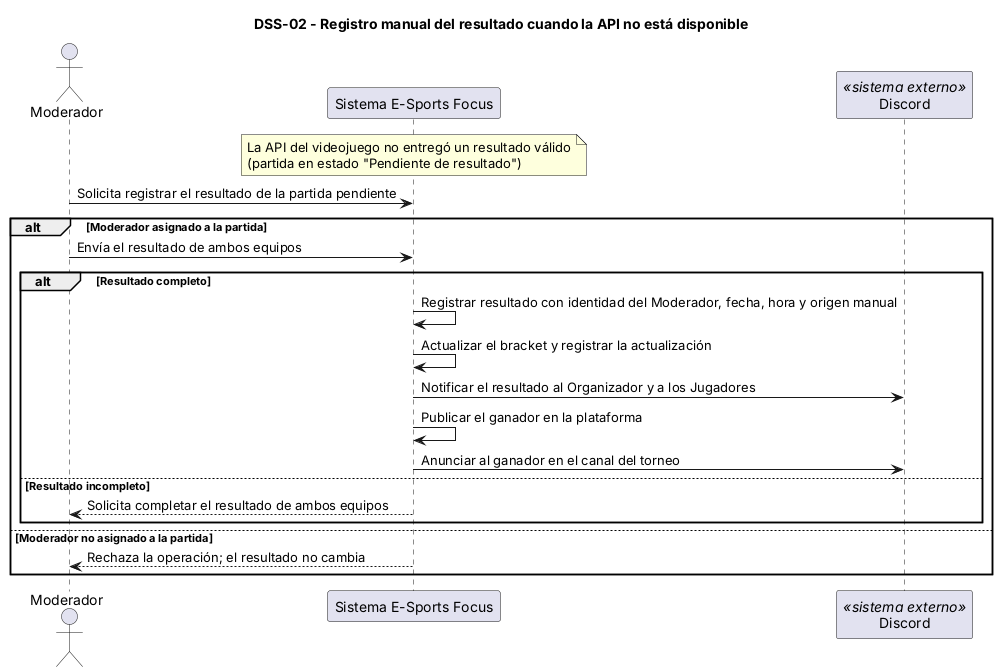
The PlantUML diagram diagramas/dss-02.png in E-SportsFocus/Organizacion_de_torneos, before a commit.
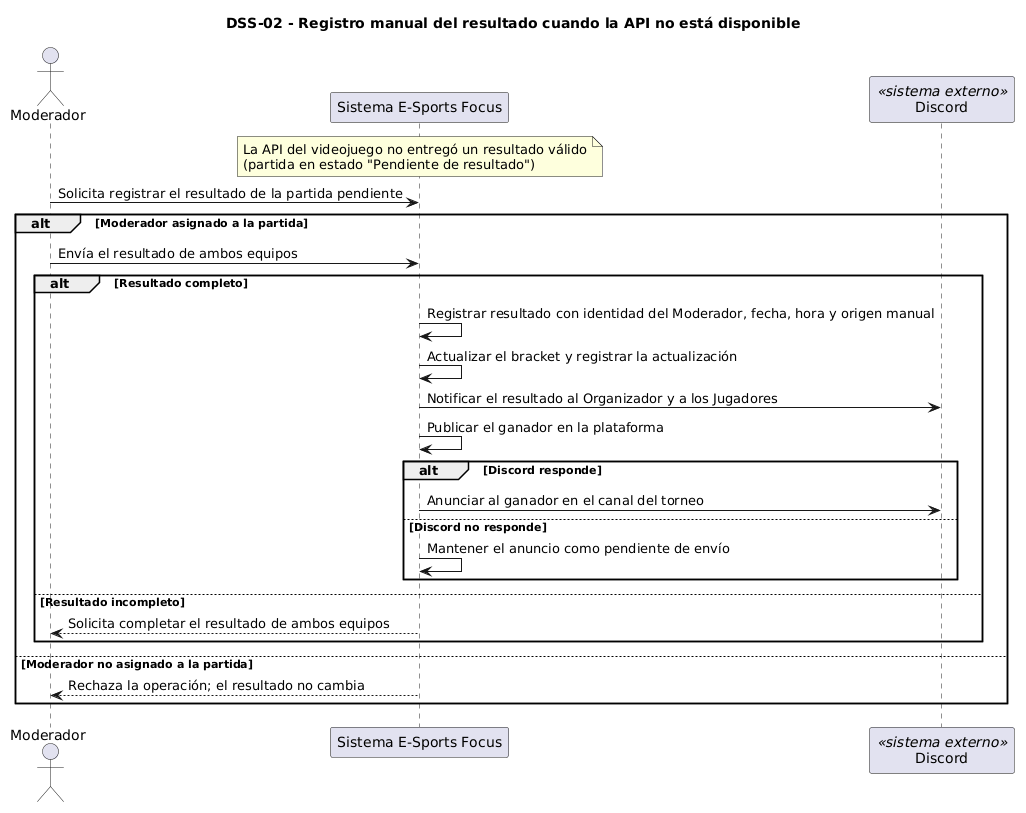
After the change.

Change to the diagram source:
```diff
@@ -1,4 +1,4 @@
-@startuml dss-02
+@startuml
 title DSS-02 - Registro manual del resultado cuando la API no está disponible
 
 actor Moderador
@@ -16,7 +16,11 @@
     S -> S : Actualizar el bracket y registrar la actualización
     S -> DC : Notificar el resultado al Organizador y a los Jugadores
     S -> S : Publicar el ganador en la plataforma
-    S -> DC : Anunciar al ganador en el canal del torneo
+    alt Discord responde
+      S -> DC : Anunciar al ganador en el canal del torneo
+    else Discord no responde
+      S -> S : Mantener el anuncio como pendiente de envío
+    end
   else Resultado incompleto
     S --> Moderador : Solicita completar el resultado de ambos equipos
   end
```
